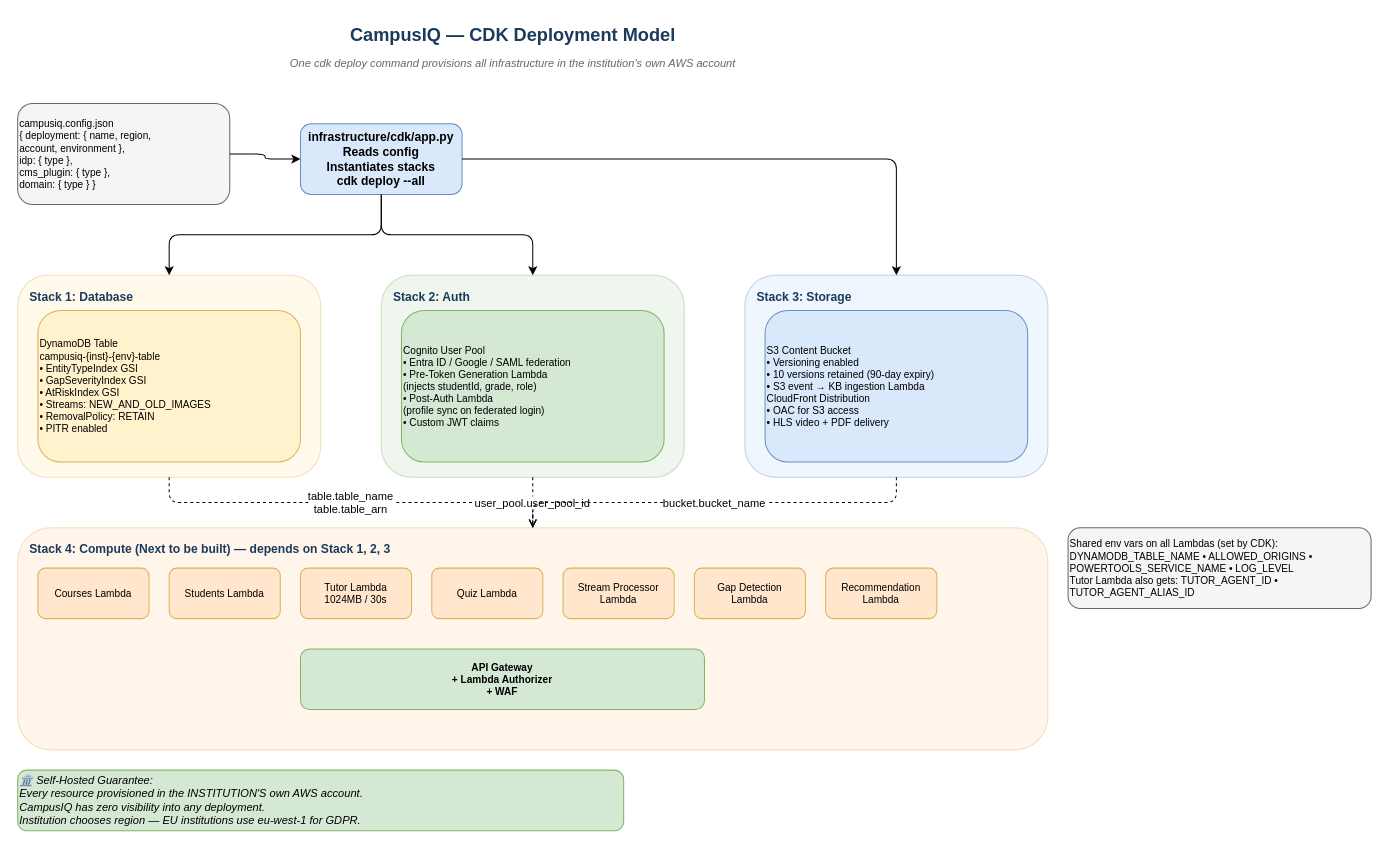
This is page "6 - CDK Deployment Model" (6 of 6) of docs/architecture/CampusIQ-Architecture.drawio from anshul14/campusiq, a draw.io file, before an edit. Source tidied: cells renumbered, new cells numbered last; positions are measured from the earlier drawing's top-left corner, leaving out a move shared by most shapes. Both pictures are drawn from the tidied source at 101%, with x=0, y=0 at pixel (17, 17).
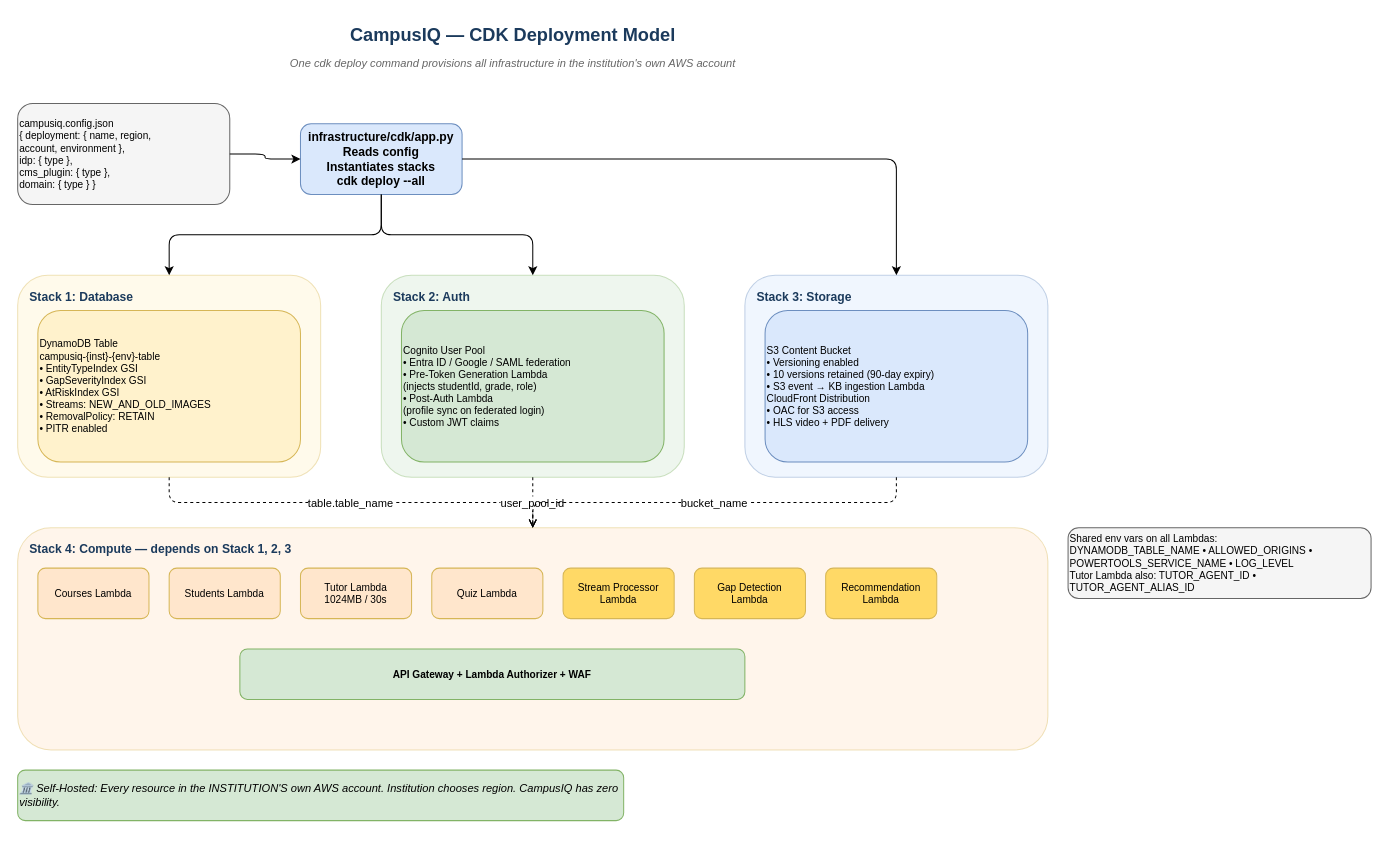
After the change.

Commit message (it also covers changes not shown here):
feat: add CDK compute stack and correct architecture diagram

- All Lambdas, API Gateway, EventBridge rules in compute_stack.py
- Fix Layer 3 in architecture diagram — AgentCore runtime is Orchestrator + Tutor Agent only
- Gap Detection, Recommendation, Content Adaptation moved to Layer 4 as event-driven Lambdas

Unchanged cells that the change refers to:
```xml
<mxCell id="6" style="rounded=1;whiteSpace=wrap;html=1;fillColor=#fff2cc;strokeColor=#d6b656;opacity=40;" parent="1" vertex="1">
  <mxGeometry y="255" width="300" height="200" as="geometry" />
</mxCell>
<mxCell id="9" style="rounded=1;whiteSpace=wrap;html=1;fillColor=#d5e8d4;strokeColor=#82b366;opacity=40;" parent="1" vertex="1">
  <mxGeometry x="360" y="255" width="300" height="200" as="geometry" />
</mxCell>
<mxCell id="12" style="rounded=1;whiteSpace=wrap;html=1;fillColor=#dae8fc;strokeColor=#6c8ebf;opacity=40;" parent="1" vertex="1">
  <mxGeometry x="720" y="255" width="300" height="200" as="geometry" />
</mxCell>
<mxCell id="15" style="rounded=1;whiteSpace=wrap;html=1;fillColor=#ffe6cc;strokeColor=#d6b656;opacity=40;" parent="1" vertex="1">
  <mxGeometry y="505" width="1020" height="220" as="geometry" />
</mxCell>
```

Diff of the diagram source:
```diff
@@
-    <mxCell id="16" value="Stack 4: Compute (Next to be built) — depends on Stack 1, 2, 3" style="text;html=1;strokeColor=none;fillColor=none;fontStyle=1;fontSize=12;fontColor=#1B3A5C;" parent="1" vertex="1">
-      <mxGeometry x="10" y="513" width="600" height="24" as="geometry" />
+    <mxCell id="16" value="Stack 4: Compute — depends on Stack 1, 2, 3" style="text;html=1;strokeColor=none;fillColor=none;fontStyle=1;fontSize=12;fontColor=#1B3A5C;" parent="1" vertex="1">
+      <mxGeometry x="10" y="513" width="500" height="24" as="geometry" />
     </mxCell>
@@
-    <mxCell id="21" value="Stream Processor&#10;Lambda" style="rounded=1;whiteSpace=wrap;html=1;fillColor=#ffe6cc;strokeColor=#d6b656;fontSize=10;" parent="1" vertex="1">
+    <mxCell id="21" value="Stream Processor&#10;Lambda" style="rounded=1;whiteSpace=wrap;html=1;fillColor=#ffd966;strokeColor=#d6b656;fontSize=10;" parent="1" vertex="1">
       <mxGeometry x="540" y="545" width="110" height="50" as="geometry" />
     </mxCell>
-    <mxCell id="22" value="Gap Detection&#10;Lambda" style="rounded=1;whiteSpace=wrap;html=1;fillColor=#ffe6cc;strokeColor=#d6b656;fontSize=10;" parent="1" vertex="1">
+    <mxCell id="22" value="Gap Detection&#10;Lambda" style="rounded=1;whiteSpace=wrap;html=1;fillColor=#ffd966;strokeColor=#d6b656;fontSize=10;" parent="1" vertex="1">
       <mxGeometry x="670" y="545" width="110" height="50" as="geometry" />
     </mxCell>
-    <mxCell id="23" value="Recommendation&#10;Lambda" style="rounded=1;whiteSpace=wrap;html=1;fillColor=#ffe6cc;strokeColor=#d6b656;fontSize=10;" parent="1" vertex="1">
+    <mxCell id="23" value="Recommendation&#10;Lambda" style="rounded=1;whiteSpace=wrap;html=1;fillColor=#ffd966;strokeColor=#d6b656;fontSize=10;" parent="1" vertex="1">
       <mxGeometry x="800" y="545" width="110" height="50" as="geometry" />
     </mxCell>
-    <mxCell id="24" value="API Gateway&#10;+ Lambda Authorizer&#10;+ WAF" style="rounded=1;whiteSpace=wrap;html=1;fillColor=#d5e8d4;strokeColor=#82b366;fontStyle=1;fontSize=10;" parent="1" vertex="1">
-      <mxGeometry x="280" y="625" width="400" height="60" as="geometry" />
+    <mxCell id="24" value="API Gateway + Lambda Authorizer + WAF" style="rounded=1;whiteSpace=wrap;html=1;fillColor=#d5e8d4;strokeColor=#82b366;fontStyle=1;fontSize=10;" parent="1" vertex="1">
+      <mxGeometry x="220" y="625" width="500" height="50" as="geometry" />
     </mxCell>
-    <mxCell id="25" value="Shared env vars on all Lambdas (set by CDK):&#10;DYNAMODB_TABLE_NAME • ALLOWED_ORIGINS • POWERTOOLS_SERVICE_NAME • LOG_LEVEL&#10;Tutor Lambda also gets: TUTOR_AGENT_ID • TUTOR_AGENT_ALIAS_ID" style="rounded=1;whiteSpace=wrap;html=1;fillColor=#f5f5f5;strokeColor=#666666;align=left;fontSize=10;" parent="1" vertex="1">
-      <mxGeometry x="1040" y="505" width="300" height="80" as="geometry" />
+    <mxCell id="25" value="Shared env vars on all Lambdas:&#10;DYNAMODB_TABLE_NAME • ALLOWED_ORIGINS • POWERTOOLS_SERVICE_NAME • LOG_LEVEL&#10;Tutor Lambda also: TUTOR_AGENT_ID • TUTOR_AGENT_ALIAS_ID" style="rounded=1;whiteSpace=wrap;html=1;fillColor=#f5f5f5;strokeColor=#666666;align=left;fontSize=10;" parent="1" vertex="1">
+      <mxGeometry x="1040" y="505" width="300" height="70" as="geometry" />
     </mxCell>
-    <mxCell id="26" value="table.table_name&#10;table.table_arn" style="edgeStyle=orthogonalEdgeStyle;dashed=1;endArrow=open;" parent="1" edge="1" source="6" target="15">
+    <mxCell id="26" value="table.table_name" style="edgeStyle=orthogonalEdgeStyle;dashed=1;endArrow=open;" parent="1" edge="1" source="6" target="15">
       <mxGeometry relative="1" as="geometry" />
     </mxCell>
-    <mxCell id="27" value="user_pool.user_pool_id" style="edgeStyle=orthogonalEdgeStyle;dashed=1;endArrow=open;" parent="1" edge="1" source="9" target="15">
+    <mxCell id="27" value="user_pool_id" style="edgeStyle=orthogonalEdgeStyle;dashed=1;endArrow=open;" parent="1" edge="1" source="9" target="15">
       <mxGeometry relative="1" as="geometry" />
     </mxCell>
-    <mxCell id="28" value="bucket.bucket_name" style="edgeStyle=orthogonalEdgeStyle;dashed=1;endArrow=open;" parent="1" edge="1" source="12" target="15">
+    <mxCell id="28" value="bucket_name" style="edgeStyle=orthogonalEdgeStyle;dashed=1;endArrow=open;" parent="1" edge="1" source="12" target="15">
       <mxGeometry relative="1" as="geometry" />
     </mxCell>
@@
-    <mxCell id="33" value="🏛️ Self-Hosted Guarantee:&#10;Every resource provisioned in the INSTITUTION'S own AWS account.&#10;CampusIQ has zero visibility into any deployment.&#10;Institution chooses region — EU institutions use eu-west-1 for GDPR." style="rounded=1;whiteSpace=wrap;html=1;fillColor=#d5e8d4;strokeColor=#82b366;align=left;fontSize=11;fontStyle=2;" parent="1" vertex="1">
-      <mxGeometry y="745" width="600" height="60" as="geometry" />
+    <mxCell id="33" value="🏛️ Self-Hosted: Every resource in the INSTITUTION'S own AWS account. Institution chooses region. CampusIQ has zero visibility." style="rounded=1;whiteSpace=wrap;html=1;fillColor=#d5e8d4;strokeColor=#82b366;align=left;fontSize=11;fontStyle=2;" parent="1" vertex="1">
+      <mxGeometry y="745" width="600" height="50" as="geometry" />
     </mxCell>
```
